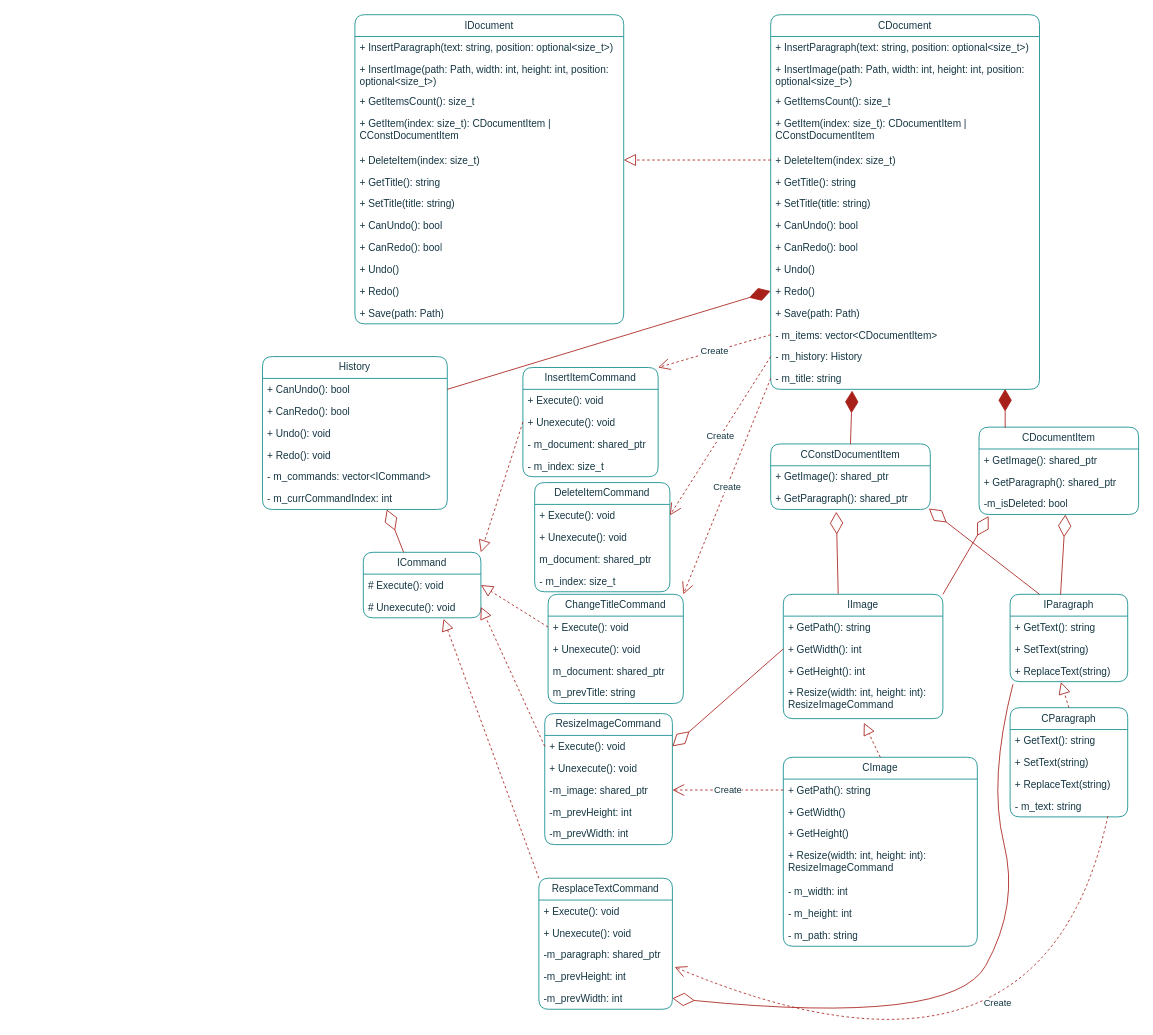
Earlier version of the draw.io diagram lab5/DocumentEditor.drawio (KRASILNIKOV30/ood). Source tidied: cells renumbered, new cells numbered last; positions are measured from the earlier drawing's top-left corner, leaving out a move shared by most shapes. Both pictures are drawn from the tidied source at 84%, with x=0, y=0 at pixel (262, 14).
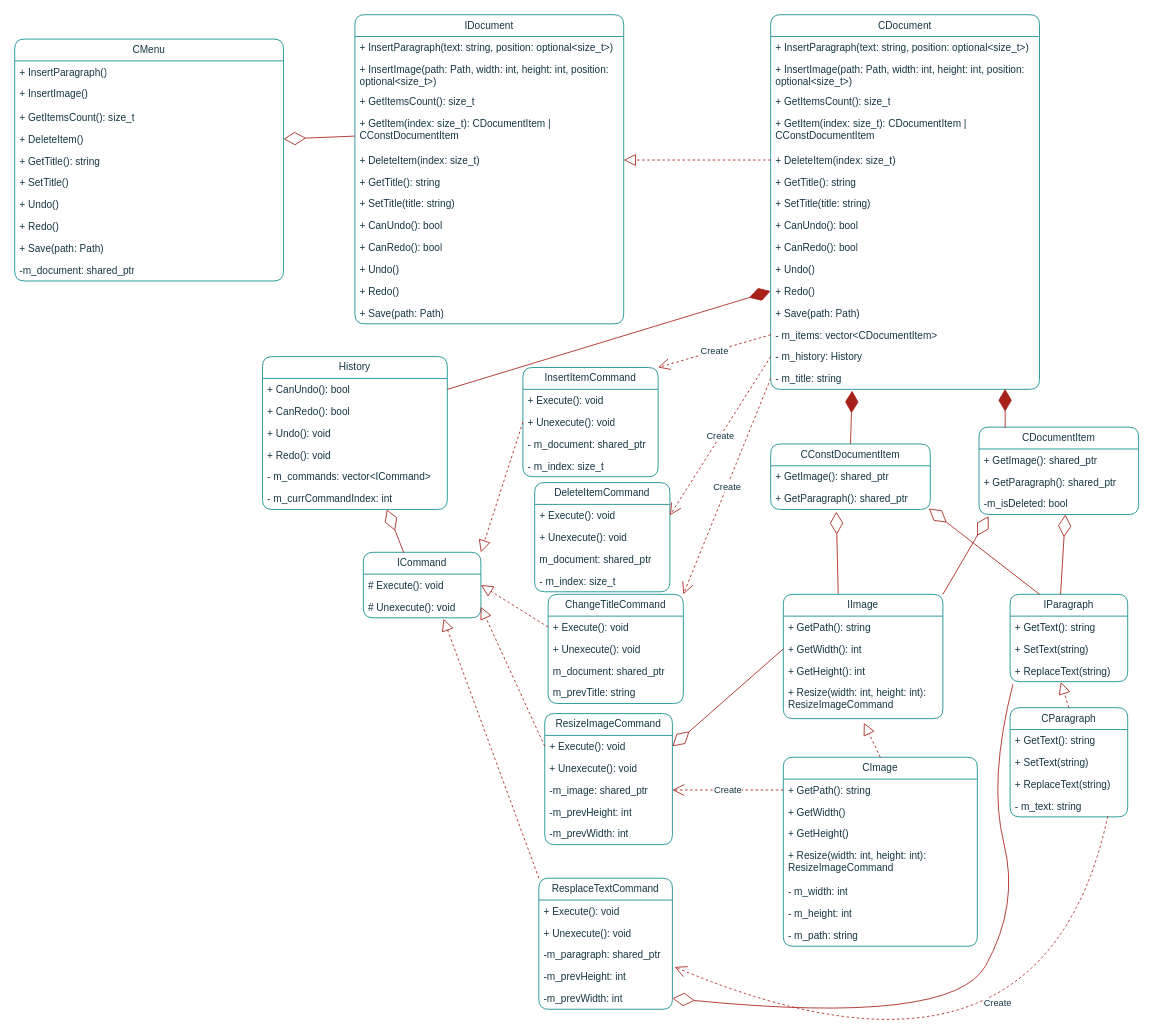
Above is the later version.

The change refers to these unchanged cells:
```xml
<mxCell id="6" value="+ GetItem(index: size_t): CDocumentItem | CConstDocumentItem" style="text;strokeColor=none;fillColor=none;align=left;verticalAlign=top;spacingLeft=4;spacingRight=4;overflow=hidden;points=[[0,0.5],[1,0.5]];portConstraint=eastwest;whiteSpace=wrap;html=1;rounded=1;labelBackgroundColor=none;fontColor=#143642;" parent="2" vertex="1">
  <mxGeometry y="116" width="320" height="44" as="geometry" />
</mxCell>
```

The edit, as a diff of the source:
```diff
@@
+    <mxCell id="119" value="CMenu" style="swimlane;fontStyle=0;horizontal=1;startSize=26;fillColor=none;whiteSpace=wrap;html=1;rounded=1;labelBackgroundColor=none;strokeColor=#0F8B8D;fontColor=#143642;" parent="1" vertex="1">
+      <mxGeometry x="-295" y="29" width="320" height="288" as="geometry" />
+    </mxCell>
+    <mxCell id="120" value="+ InsertParagraph()" style="text;strokeColor=none;fillColor=none;align=left;verticalAlign=top;spacingLeft=4;spacingRight=4;overflow=hidden;whiteSpace=wrap;html=1;rounded=1;labelBackgroundColor=none;fontColor=#143642;" parent="119" vertex="1">
+      <mxGeometry y="26" width="320" height="26" as="geometry" />
+    </mxCell>
+    <mxCell id="121" value="+ InsertImage()" style="text;strokeColor=none;fillColor=none;align=left;verticalAlign=top;spacingLeft=4;spacingRight=4;overflow=hidden;whiteSpace=wrap;html=1;rounded=1;labelBackgroundColor=none;fontColor=#143642;" parent="119" vertex="1">
+      <mxGeometry y="52" width="320" height="28" as="geometry" />
+    </mxCell>
+    <mxCell id="122" value="+ GetItemsCount(): size_t" style="text;strokeColor=none;fillColor=none;align=left;verticalAlign=top;spacingLeft=4;spacingRight=4;overflow=hidden;whiteSpace=wrap;html=1;rounded=1;labelBackgroundColor=none;fontColor=#143642;" parent="119" vertex="1">
+      <mxGeometry y="80" width="320" height="26" as="geometry" />
+    </mxCell>
+    <mxCell id="123" value="+ DeleteItem()" style="text;strokeColor=none;fillColor=none;align=left;verticalAlign=top;spacingLeft=4;spacingRight=4;overflow=hidden;points=[[0,0.5],[1,0.5]];portConstraint=eastwest;whiteSpace=wrap;html=1;rounded=1;labelBackgroundColor=none;fontColor=#143642;" parent="119" vertex="1">
+      <mxGeometry y="106" width="320" height="26" as="geometry" />
+    </mxCell>
+    <mxCell id="124" value="+ GetTitle(): string" style="text;strokeColor=none;fillColor=none;align=left;verticalAlign=top;spacingLeft=4;spacingRight=4;overflow=hidden;whiteSpace=wrap;html=1;rounded=1;labelBackgroundColor=none;fontColor=#143642;" parent="119" vertex="1">
+      <mxGeometry y="132" width="320" height="26" as="geometry" />
+    </mxCell>
+    <mxCell id="125" value="+ SetTitle()" style="text;strokeColor=none;fillColor=none;align=left;verticalAlign=top;spacingLeft=4;spacingRight=4;overflow=hidden;whiteSpace=wrap;html=1;rounded=1;labelBackgroundColor=none;fontColor=#143642;" parent="119" vertex="1">
+      <mxGeometry y="158" width="320" height="26" as="geometry" />
+    </mxCell>
+    <mxCell id="126" value="+ Undo()" style="text;strokeColor=none;fillColor=none;align=left;verticalAlign=top;spacingLeft=4;spacingRight=4;overflow=hidden;whiteSpace=wrap;html=1;rounded=1;labelBackgroundColor=none;fontColor=#143642;" parent="119" vertex="1">
+      <mxGeometry y="184" width="320" height="26" as="geometry" />
+    </mxCell>
+    <mxCell id="127" value="+ Redo()" style="text;strokeColor=none;fillColor=none;align=left;verticalAlign=top;spacingLeft=4;spacingRight=4;overflow=hidden;whiteSpace=wrap;html=1;rounded=1;labelBackgroundColor=none;fontColor=#143642;" parent="119" vertex="1">
+      <mxGeometry y="210" width="320" height="26" as="geometry" />
+    </mxCell>
+    <mxCell id="128" value="+ Save(path: Path)" style="text;strokeColor=none;fillColor=none;align=left;verticalAlign=top;spacingLeft=4;spacingRight=4;overflow=hidden;whiteSpace=wrap;html=1;rounded=1;labelBackgroundColor=none;fontColor=#143642;" parent="119" vertex="1">
+      <mxGeometry y="236" width="320" height="26" as="geometry" />
+    </mxCell>
+    <mxCell id="129" value="-m_document: shared_ptr" style="text;strokeColor=none;fillColor=none;align=left;verticalAlign=top;spacingLeft=4;spacingRight=4;overflow=hidden;whiteSpace=wrap;html=1;rounded=1;labelBackgroundColor=none;fontColor=#143642;" parent="119" vertex="1">
+      <mxGeometry y="262" width="320" height="26" as="geometry" />
+    </mxCell>
+    <mxCell id="130" style="endArrow=diamondThin;endFill=0;endSize=24;html=1;rounded=0;strokeColor=#A8201A;fontColor=#143642;fillColor=#FAE5C7;entryX=1;entryY=0.5;entryDx=0;entryDy=0;" parent="1" edge="1" source="6" target="123">
+      <mxGeometry relative="1" as="geometry" />
+    </mxCell>
```
